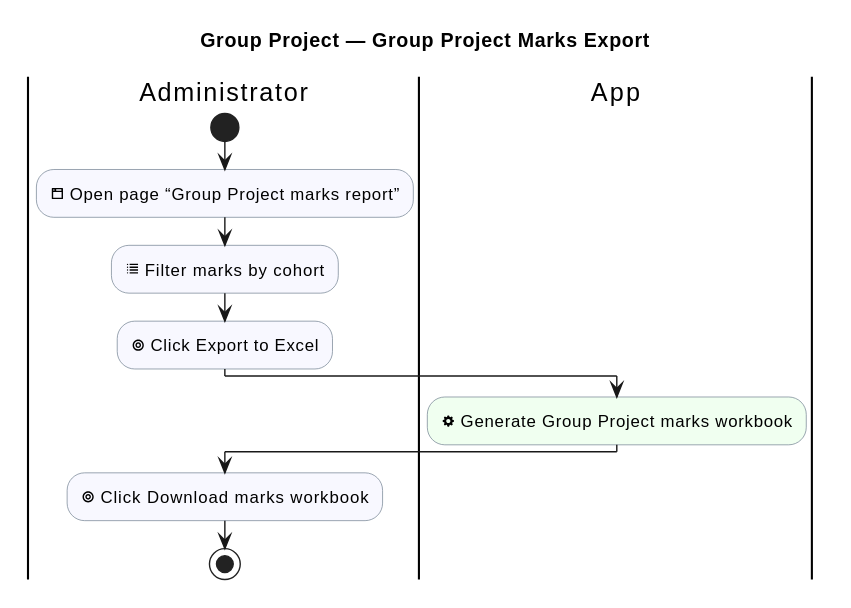
sdflkjssl/sdflkjssl.github.io keeps this PlantUML diagram as industrial-placement-group-project/diagrams/group-project/group-project-marks-export.svg. Above is the earlier version.
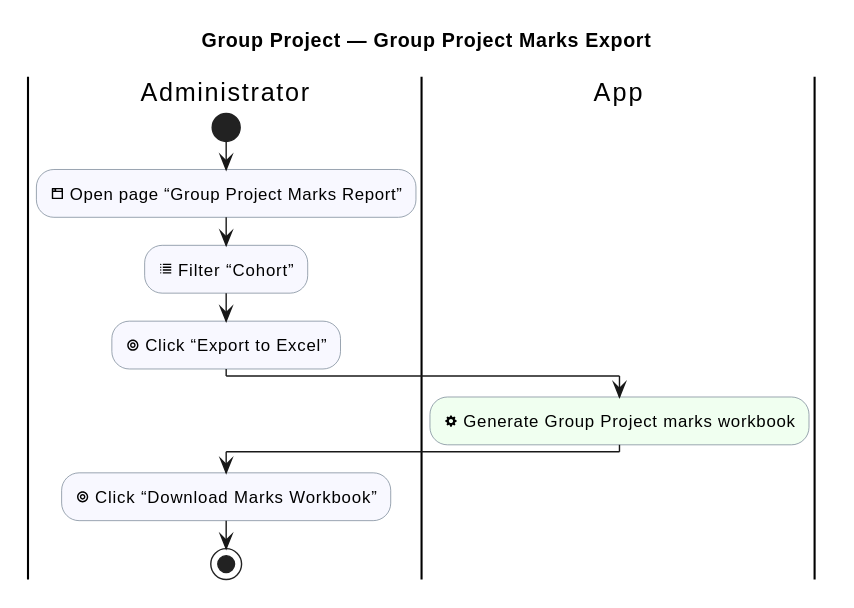
The same file after the commit.

What changed in the source:
```diff
@@ -12,12 +12,12 @@
 
 |Administrator|
 start
-:<&browser> Open page “Group Project marks report”; <<#GhostWhite>>
-:<&list> Filter marks by cohort; <<#GhostWhite>>
-:<&target> Click Export to Excel; <<#GhostWhite>>
+:<&browser> Open page “Group Project Marks Report”; <<#GhostWhite>>
+:<&list> Filter “Cohort”; <<#GhostWhite>>
+:<&target> Click “Export to Excel”; <<#GhostWhite>>
 |App|
 :<&cog> Generate Group Project marks workbook; <<#HoneyDew>>
 |Administrator|
-:<&target> Click Download marks workbook; <<#GhostWhite>>
+:<&target> Click “Download Marks Workbook”; <<#GhostWhite>>
 stop
 @enduml
```
